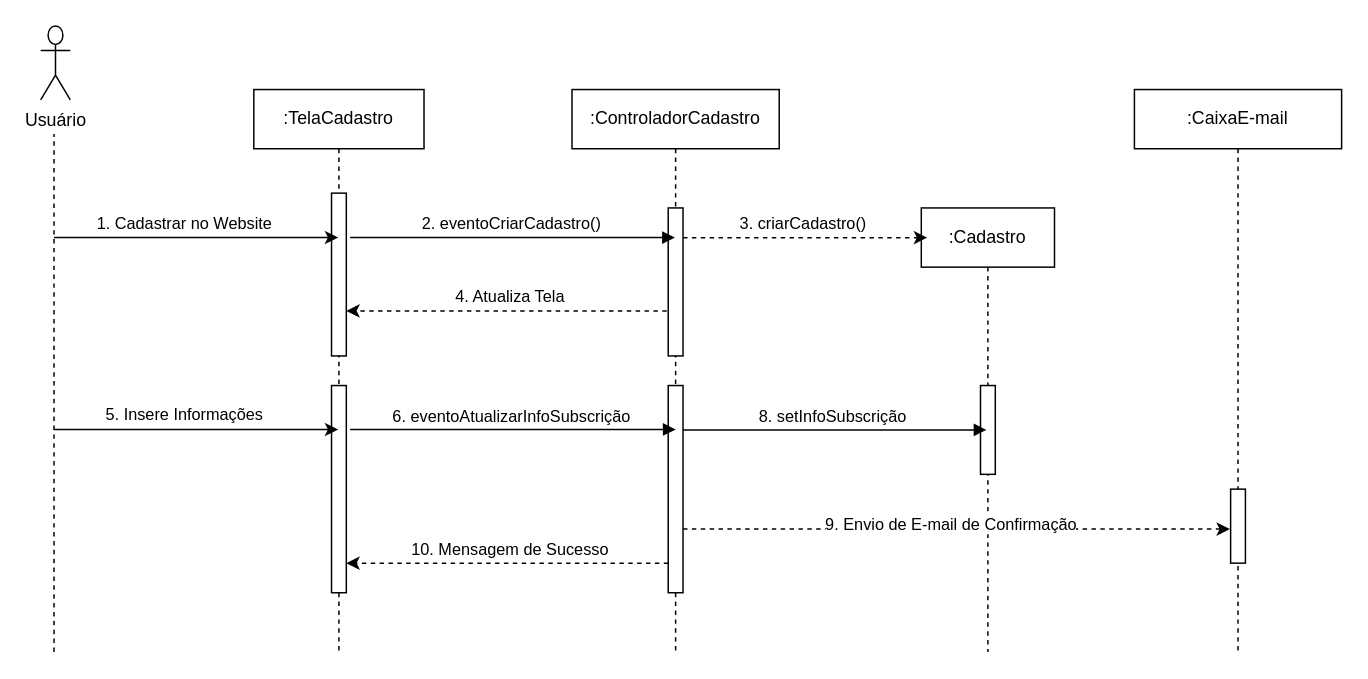
Earlier version of the draw.io diagram src/drawio/Cadastro-Website.drawio (Hatz-D/Litoral-Puro-RJ). Source tidied: cells renumbered, new cells numbered last; positions are measured from the earlier drawing's top-left corner, leaving out a move shared by most shapes. Both pictures are drawn from the tidied source at 148%, with x=0, y=0 at pixel (40, 25).
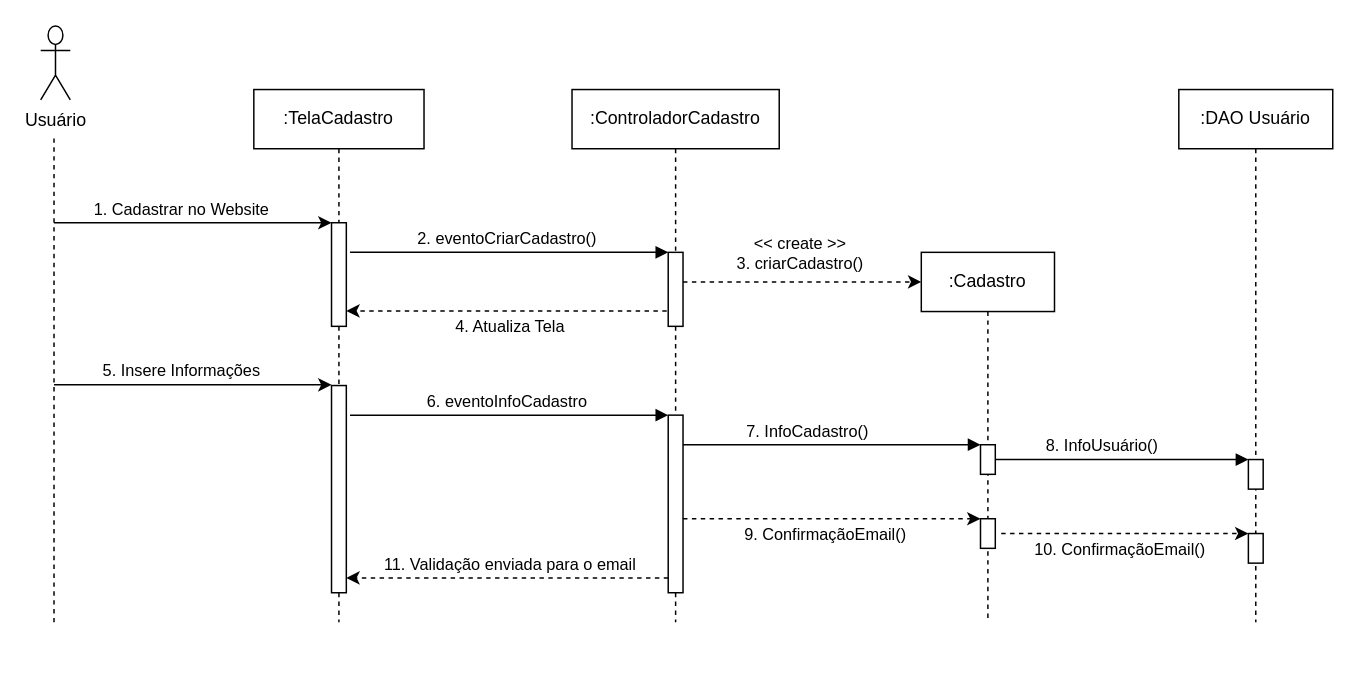
After the change.

The change refers to these unchanged cells:
```xml
<mxCell id="17" style="endArrow=classic;html=1;rounded=0;dashed=1;" parent="1" edge="1" target="3">
  <mxGeometry relative="1" as="geometry">
    <mxPoint x="423" y="192.6" as="sourcePoint" />
  </mxGeometry>
</mxCell>
```

What changed in the source:
```diff
@@
     <mxCell id="2" value=":TelaCadastro" style="shape=umlLifeline;perimeter=lifelinePerimeter;whiteSpace=wrap;html=1;outlineConnect=0;portConstraint=eastwest;newEdgeStyle={&quot;edgeStyle&quot;:&quot;elbowEdgeStyle&quot;,&quot;elbow&quot;:&quot;vertical&quot;,&quot;curved&quot;:0,&quot;rounded&quot;:0};" parent="1" vertex="1">
-      <mxGeometry x="144" y="43" width="115" height="380" as="geometry" />
+      <mxGeometry x="144" y="43" width="115" height="360" as="geometry" />
     </mxCell>
     <mxCell id="3" style="html=1;points=[];perimeter=orthogonalPerimeter;outlineConnect=0;targetShapes=umlLifeline;portConstraint=eastwest;newEdgeStyle={&quot;edgeStyle&quot;:&quot;elbowEdgeStyle&quot;,&quot;elbow&quot;:&quot;vertical&quot;,&quot;curved&quot;:0,&quot;rounded&quot;:0};" parent="2" vertex="1">
-      <mxGeometry x="52.5" y="70" width="10" height="110" as="geometry" />
+      <mxGeometry x="52.5" y="90" width="10" height="70" as="geometry" />
     </mxCell>
@@
     <mxCell id="5" value=":ControladorCadastro" style="shape=umlLifeline;perimeter=lifelinePerimeter;whiteSpace=wrap;html=1;outlineConnect=0;portConstraint=eastwest;newEdgeStyle={&quot;edgeStyle&quot;:&quot;elbowEdgeStyle&quot;,&quot;elbow&quot;:&quot;vertical&quot;,&quot;curved&quot;:0,&quot;rounded&quot;:0};" parent="1" vertex="1">
-      <mxGeometry x="359" y="43" width="140" height="380" as="geometry" />
+      <mxGeometry x="359" y="43" width="140" height="360" as="geometry" />
     </mxCell>
     <mxCell id="6" style="html=1;points=[];perimeter=orthogonalPerimeter;outlineConnect=0;targetShapes=umlLifeline;portConstraint=eastwest;newEdgeStyle={&quot;edgeStyle&quot;:&quot;elbowEdgeStyle&quot;,&quot;elbow&quot;:&quot;vertical&quot;,&quot;curved&quot;:0,&quot;rounded&quot;:0};" parent="5" vertex="1">
-      <mxGeometry x="65" y="80" width="10" height="100" as="geometry" />
+      <mxGeometry x="65" y="110" width="10" height="50" as="geometry" />
     </mxCell>
     <mxCell id="7" style="html=1;points=[];perimeter=orthogonalPerimeter;outlineConnect=0;targetShapes=umlLifeline;portConstraint=eastwest;newEdgeStyle={&quot;edgeStyle&quot;:&quot;elbowEdgeStyle&quot;,&quot;elbow&quot;:&quot;vertical&quot;,&quot;curved&quot;:0,&quot;rounded&quot;:0};" parent="5" vertex="1">
-      <mxGeometry x="65" y="200" width="10" height="140" as="geometry" />
+      <mxGeometry x="65" y="220" width="10" height="120" as="geometry" />
     </mxCell>
-    <mxCell id="8" value="2. eventoCriarCadastro()" style="html=1;verticalAlign=bottom;endArrow=block;edgeStyle=elbowEdgeStyle;elbow=vertical;curved=0;rounded=0;" parent="1" edge="1" target="5">
+    <mxCell id="8" value="2. eventoCriarCadastro()" style="html=1;verticalAlign=bottom;endArrow=block;edgeStyle=elbowEdgeStyle;elbow=vertical;curved=0;rounded=0;" parent="1" edge="1">
       <mxGeometry x="-0.01" relative="1" as="geometry">
-        <mxPoint x="209" y="143" as="sourcePoint" />
+        <mxPoint x="209" y="153" as="sourcePoint" />
+        <mxPoint x="424" y="153" as="targetPoint" />
         <Array as="points">
-          <mxPoint x="309" y="143" />
+          <mxPoint x="309" y="153" />
         </Array>
       </mxGeometry>
     </mxCell>
     <mxCell id="9" style="endArrow=none;dashed=1;html=1;rounded=0;" parent="1" edge="1">
       <mxGeometry relative="1" as="geometry">
-        <mxPoint x="9" y="423" as="sourcePoint" />
+        <mxPoint x="9" y="403" as="sourcePoint" />
         <mxPoint x="9" y="73" as="targetPoint" />
       </mxGeometry>
     </mxCell>
@@
-    <mxCell id="11" style="endArrow=classic;html=1;rounded=0;" parent="1" edge="1" target="2">
+    <mxCell id="11" style="endArrow=classic;html=1;rounded=0;" parent="1" edge="1">
       <mxGeometry relative="1" as="geometry">
-        <mxPoint x="9" y="143" as="sourcePoint" />
+        <mxPoint x="9" y="133" as="sourcePoint" />
+        <mxPoint x="196.5" y="133" as="targetPoint" />
       </mxGeometry>
     </mxCell>
@@
     <mxCell id="13" value=":Cadastro" style="shape=umlLifeline;perimeter=lifelinePerimeter;whiteSpace=wrap;html=1;outlineConnect=0;portConstraint=eastwest;newEdgeStyle={&quot;edgeStyle&quot;:&quot;elbowEdgeStyle&quot;,&quot;elbow&quot;:&quot;vertical&quot;,&quot;curved&quot;:0,&quot;rounded&quot;:0};" parent="1" vertex="1">
-      <mxGeometry x="595" y="123" width="90" height="300" as="geometry" />
+      <mxGeometry x="595" y="153" width="90" height="250" as="geometry" />
     </mxCell>
     <mxCell id="14" style="html=1;points=[];perimeter=orthogonalPerimeter;outlineConnect=0;targetShapes=umlLifeline;portConstraint=eastwest;newEdgeStyle={&quot;edgeStyle&quot;:&quot;elbowEdgeStyle&quot;,&quot;elbow&quot;:&quot;vertical&quot;,&quot;curved&quot;:0,&quot;rounded&quot;:0};" parent="13" vertex="1">
-      <mxGeometry x="40" y="120" width="10" height="60" as="geometry" />
+      <mxGeometry x="40" y="130" width="10" height="20" as="geometry" />
     </mxCell>
+    <mxCell id="29" style="html=1;points=[];perimeter=orthogonalPerimeter;outlineConnect=0;targetShapes=umlLifeline;portConstraint=eastwest;newEdgeStyle={&quot;edgeStyle&quot;:&quot;elbowEdgeStyle&quot;,&quot;elbow&quot;:&quot;vertical&quot;,&quot;curved&quot;:0,&quot;rounded&quot;:0};" parent="13" vertex="1">
+      <mxGeometry x="40" y="180" width="10" height="20" as="geometry" />
+    </mxCell>
-    <mxCell id="15" style="endArrow=classic;html=1;rounded=0;dashed=1;entryX=0.044;entryY=0.067;entryDx=0;entryDy=0;entryPerimeter=0;" parent="1" edge="1" source="6" target="13">
-      <mxGeometry relative="1" as="geometry" />
+    <mxCell id="15" style="endArrow=classic;html=1;rounded=0;dashed=1;entryX=0.044;entryY=0.067;entryDx=0;entryDy=0;entryPerimeter=0;" parent="1" edge="1" source="6">
+      <mxGeometry relative="1" as="geometry">
+        <mxPoint x="595" y="173" as="targetPoint" />
+      </mxGeometry>
     </mxCell>
-    <mxCell id="16" value="3. criarCadastro()" style="edgeLabel;html=1;align=center;verticalAlign=middle;" parent="15" vertex="1">
+    <mxCell id="16" value="&lt;div&gt;&amp;lt;&amp;lt; create &amp;gt;&amp;gt;&lt;/div&gt;3. criarCadastro()" style="edgeLabel;html=1;align=center;verticalAlign=middle;" parent="15" vertex="1">
       <mxGeometry x="-0.02" y="-3" relative="1" as="geometry">
-        <mxPoint x="-1" y="-13" as="offset" />
+        <mxPoint x="-1" y="-23" as="offset" />
       </mxGeometry>
     </mxCell>
@@
     <mxCell id="18" value="4. Atualiza Tela" style="edgeLabel;html=1;align=center;verticalAlign=middle;" parent="17" vertex="1">
       <mxGeometry x="-0.02" y="-3" relative="1" as="geometry">
-        <mxPoint x="-1" y="-7" as="offset" />
+        <mxPoint x="-1" y="13" as="offset" />
       </mxGeometry>
     </mxCell>
     <mxCell id="19" style="endArrow=classic;html=1;rounded=0;" parent="1" edge="1">
       <mxGeometry relative="1" as="geometry">
-        <mxPoint x="9" y="272.7" as="sourcePoint" />
-        <mxPoint x="201" y="272.7" as="targetPoint" />
+        <mxPoint x="9" y="242.5" as="sourcePoint" />
+        <mxPoint x="196.5" y="242.5" as="targetPoint" />
       </mxGeometry>
     </mxCell>
@@
-    <mxCell id="21" value="6. eventoAtualizarInfoSubscrição" style="html=1;verticalAlign=bottom;endArrow=block;edgeStyle=elbowEdgeStyle;elbow=vertical;curved=0;rounded=0;" parent="1" edge="1">
+    <mxCell id="21" value="6. eventoInfoCadastro" style="html=1;verticalAlign=bottom;endArrow=block;edgeStyle=elbowEdgeStyle;elbow=vertical;curved=0;rounded=0;" parent="1" edge="1">
       <mxGeometry x="-0.01" relative="1" as="geometry">
-        <mxPoint x="209" y="272.7" as="sourcePoint" />
-        <mxPoint x="429" y="272.7" as="targetPoint" />
+        <mxPoint x="209" y="263" as="sourcePoint" />
+        <mxPoint x="424" y="263" as="targetPoint" />
         <Array as="points">
-          <mxPoint x="309" y="272.7" />
+          <mxPoint x="309" y="263" />
         </Array>
       </mxGeometry>
     </mxCell>
-    <mxCell id="22" value="8. setInfoSubscrição" style="html=1;verticalAlign=bottom;endArrow=block;edgeStyle=elbowEdgeStyle;elbow=vertical;curved=0;rounded=0;entryX=0.4;entryY=0.5;entryDx=0;entryDy=0;entryPerimeter=0;" parent="1" edge="1" source="7" target="14">
-      <mxGeometry x="-0.01" relative="1" as="geometry" />
+    <mxCell id="22" value="7. InfoCadastro()" style="html=1;verticalAlign=bottom;endArrow=block;edgeStyle=elbowEdgeStyle;elbow=vertical;curved=0;rounded=0;" parent="1" edge="1" source="7" target="14">
+      <mxGeometry x="-0.16" relative="1" as="geometry">
+        <Array as="points">
+          <mxPoint x="597" y="283" />
+        </Array>
+      </mxGeometry>
     </mxCell>
     <mxCell id="23" style="endArrow=classic;html=1;rounded=0;dashed=1;" parent="1" edge="1">
       <mxGeometry relative="1" as="geometry">
-        <mxPoint x="424" y="363" as="sourcePoint" />
-        <mxPoint x="206.5" y="363" as="targetPoint" />
+        <mxPoint x="424" y="373" as="sourcePoint" />
+        <mxPoint x="206.5" y="373" as="targetPoint" />
       </mxGeometry>
     </mxCell>
-    <mxCell id="24" value="10. Mensagem de Sucesso" style="edgeLabel;html=1;align=center;verticalAlign=middle;" parent="23" vertex="1">
+    <mxCell id="24" value="11. Validação enviada para o email" style="edgeLabel;html=1;align=center;verticalAlign=middle;" parent="23" vertex="1">
       <mxGeometry x="-0.02" y="-3" relative="1" as="geometry">
         <mxPoint x="-1" y="-7" as="offset" />
       </mxGeometry>
     </mxCell>
-    <mxCell id="25" style="endArrow=classic;html=1;rounded=0;dashed=1;" parent="1" edge="1">
+    <mxCell id="25" style="endArrow=classic;html=1;rounded=0;dashed=1;" parent="1" edge="1" target="29">
       <mxGeometry relative="1" as="geometry">
-        <mxPoint x="434" y="340" as="sourcePoint" />
-        <mxPoint x="803.5" y="340" as="targetPoint" />
+        <mxPoint x="434" y="333" as="sourcePoint" />
       </mxGeometry>
     </mxCell>
-    <mxCell id="26" value="9. Envio de E-mail de Confirmação" style="edgeLabel;html=1;align=center;verticalAlign=middle;" parent="25" vertex="1">
+    <mxCell id="26" value="9. ConfirmaçãoEmail()" style="edgeLabel;html=1;align=center;verticalAlign=middle;" parent="25" vertex="1">
       <mxGeometry x="-0.02" y="-3" relative="1" as="geometry">
-        <mxPoint x="-1" y="-7" as="offset" />
+        <mxPoint x="-3" y="7" as="offset" />
       </mxGeometry>
     </mxCell>
-    <mxCell id="27" value=":CaixaE-mail" style="shape=umlLifeline;perimeter=lifelinePerimeter;whiteSpace=wrap;html=1;newEdgeStyle={&quot;edgeStyle&quot;:&quot;elbowEdgeStyle&quot;,&quot;elbow&quot;:&quot;vertical&quot;,&quot;curved&quot;:0,&quot;rounded&quot;:0};" parent="1" vertex="1">
-      <mxGeometry x="739" y="43" width="140" height="380" as="geometry" />
-    </mxCell>
-    <mxCell id="28" style="html=1;perimeter=orthogonalPerimeter;targetShapes=umlLifeline;newEdgeStyle={&quot;edgeStyle&quot;:&quot;elbowEdgeStyle&quot;,&quot;elbow&quot;:&quot;vertical&quot;,&quot;curved&quot;:0,&quot;rounded&quot;:0};" parent="27" vertex="1">
-      <mxGeometry x="65" y="270" width="10" height="50" as="geometry" />
-    </mxCell>
+    <mxCell id="30" value="8. InfoUsuário()" style="html=1;verticalAlign=bottom;endArrow=block;edgeStyle=elbowEdgeStyle;elbow=horizontal;curved=0;rounded=0;" parent="1" edge="1">
+      <mxGeometry x="-0.16" relative="1" as="geometry">
+        <mxPoint x="645" y="293" as="sourcePoint" />
+        <mxPoint x="816" y="293" as="targetPoint" />
+      </mxGeometry>
+    </mxCell>
+    <mxCell id="31" value=":DAO Usuário" style="shape=umlLifeline;perimeter=lifelinePerimeter;whiteSpace=wrap;html=1;newEdgeStyle={&quot;edgeStyle&quot;:&quot;elbowEdgeStyle&quot;,&quot;elbow&quot;:&quot;vertical&quot;,&quot;curved&quot;:0,&quot;rounded&quot;:0};" parent="1" vertex="1">
+      <mxGeometry x="769" y="43" width="104" height="360" as="geometry" />
+    </mxCell>
+    <mxCell id="32" style="html=1;perimeter=orthogonalPerimeter;targetShapes=umlLifeline;newEdgeStyle={&quot;edgeStyle&quot;:&quot;elbowEdgeStyle&quot;,&quot;elbow&quot;:&quot;vertical&quot;,&quot;curved&quot;:0,&quot;rounded&quot;:0};" parent="31" vertex="1">
+      <mxGeometry x="47" y="250" width="10" height="20" as="geometry" />
+    </mxCell>
+    <mxCell id="33" style="html=1;points=[];perimeter=orthogonalPerimeter;outlineConnect=0;targetShapes=umlLifeline;portConstraint=eastwest;newEdgeStyle={&quot;edgeStyle&quot;:&quot;elbowEdgeStyle&quot;,&quot;elbow&quot;:&quot;vertical&quot;,&quot;curved&quot;:0,&quot;rounded&quot;:0};" parent="31" vertex="1">
+      <mxGeometry x="47" y="300" width="10" height="20" as="geometry" />
+    </mxCell>
+    <mxCell id="34" style="endArrow=classic;html=1;rounded=0;dashed=1;" parent="1" edge="1" target="33">
+      <mxGeometry relative="1" as="geometry">
+        <mxPoint x="649" y="343" as="sourcePoint" />
+      </mxGeometry>
+    </mxCell>
+    <mxCell id="35" value="10. ConfirmaçãoEmail()" style="edgeLabel;html=1;align=center;verticalAlign=middle;" parent="34" vertex="1">
+      <mxGeometry x="-0.02" y="-3" relative="1" as="geometry">
+        <mxPoint x="-3" y="7" as="offset" />
+      </mxGeometry>
+    </mxCell>
```
